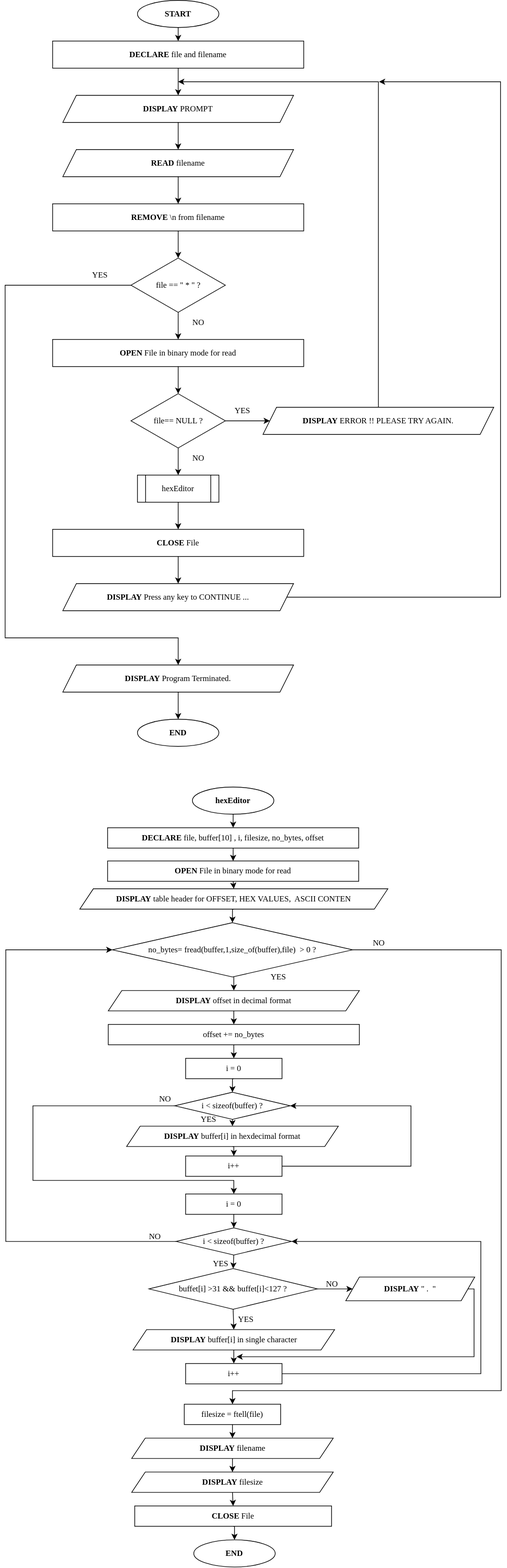
ziling17/AP_PROJCT keeps this draw.io diagram as flowchart.svg. Above is the earlier version. Source tidied: cells renumbered, new cells last; positions are measured from the earlier drawing's top-left corner, leaving out a move shared by most shapes.
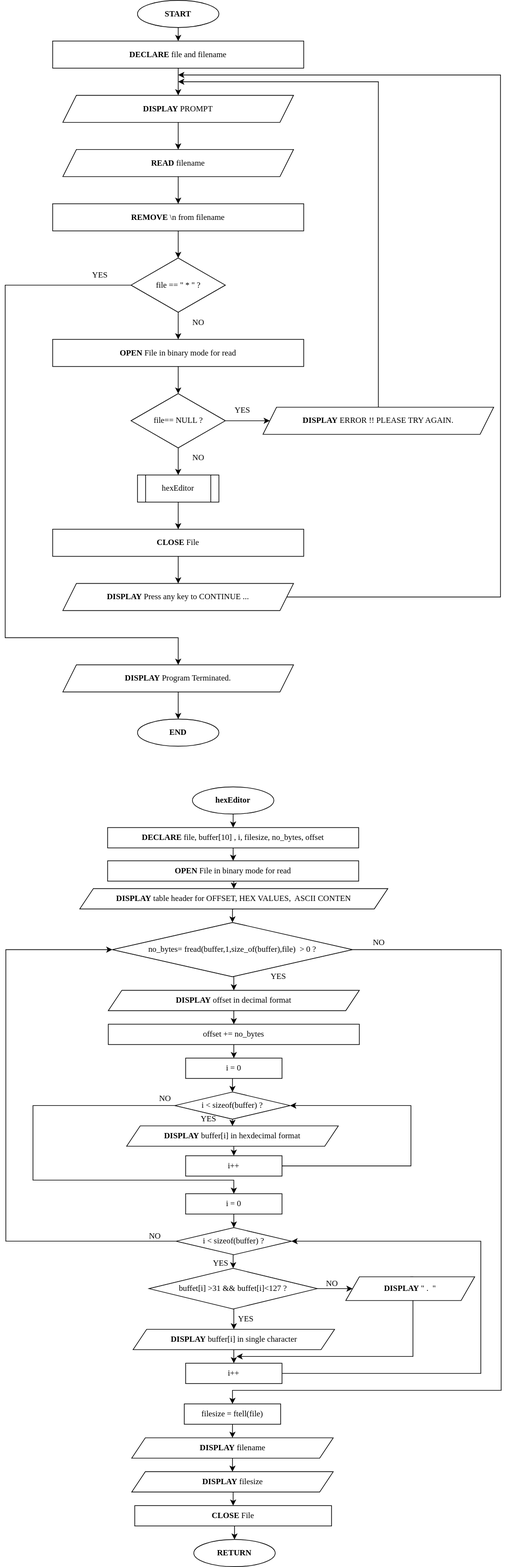
After the change.

Diff of the diagram source:
```diff
@@ -1,4 +1,4 @@
-<mxGraphModel background="#FFFFFF">
+<mxGraphModel>
   <root>
     <mxCell id="0" />
     <mxCell id="1" parent="0" />
@@ -60,10 +60,10 @@
     </mxCell>
     <mxCell id="19" style="edgeStyle=orthogonalEdgeStyle;rounded=0;jettySize=auto;html=1;exitX=1;exitY=0.5;exitDx=0;exitDy=0;" parent="1" edge="1" source="20">
       <mxGeometry relative="1" as="geometry">
-        <mxPoint x="551" y="120" as="targetPoint" />
+        <mxPoint x="255" y="110" as="targetPoint" />
         <Array as="points">
           <mxPoint x="730" y="880" />
-          <mxPoint x="730" y="120" />
+          <mxPoint x="730" y="110" />
         </Array>
       </mxGeometry>
     </mxCell>
@@ -211,12 +211,12 @@
     <mxCell id="60" value="&lt;b&gt;DISPLAY&lt;/b&gt;&amp;nbsp;buffer[i] in single character" style="shape=parallelogram;perimeter=parallelogramPerimeter;whiteSpace=wrap;html=1;fixedSize=1;fontFamily=Times New Roman;" parent="1" vertex="1">
       <mxGeometry x="188.5" y="1960" width="297" height="30" as="geometry" />
     </mxCell>
-    <mxCell id="61" style="edgeStyle=orthogonalEdgeStyle;rounded=0;jettySize=auto;html=1;exitX=1;exitY=0.5;exitDx=0;exitDy=0;" parent="1" edge="1" source="62">
+    <mxCell id="61" style="edgeStyle=orthogonalEdgeStyle;rounded=0;jettySize=auto;html=1;exitX=0.5;exitY=0;exitDx=0;exitDy=0;" parent="1" edge="1" source="62">
       <mxGeometry relative="1" as="geometry">
         <mxPoint x="341" y="2000" as="targetPoint" />
         <Array as="points">
-          <mxPoint x="691" y="1900" />
-          <mxPoint x="691" y="2000" />
+          <mxPoint x="601" y="1883" />
+          <mxPoint x="601" y="2000" />
         </Array>
       </mxGeometry>
     </mxCell>
@@ -250,7 +250,7 @@
     <mxCell id="71" value="&lt;b&gt;DISPLAY&lt;/b&gt;&amp;nbsp;filename" style="shape=parallelogram;perimeter=parallelogramPerimeter;whiteSpace=wrap;html=1;fixedSize=1;fontFamily=Times New Roman;" parent="1" vertex="1">
       <mxGeometry x="186.5" y="2120" width="297" height="30" as="geometry" />
     </mxCell>
-    <mxCell id="72" value="&lt;font face=&quot;Times New Roman&quot;&gt;&lt;b&gt;END&lt;/b&gt;&lt;/font&gt;" style="ellipse;whiteSpace=wrap;html=1;" parent="1" vertex="1">
+    <mxCell id="72" value="&lt;font face=&quot;Times New Roman&quot;&gt;&lt;b&gt;RETURN&lt;/b&gt;&lt;/font&gt;" style="ellipse;whiteSpace=wrap;html=1;" parent="1" vertex="1">
       <mxGeometry x="278" y="2270" width="120" height="40" as="geometry" />
     </mxCell>
     <mxCell id="73" style="edgeStyle=orthogonalEdgeStyle;rounded=0;jettySize=auto;html=1;exitX=1;exitY=0.5;exitDx=0;exitDy=0;entryX=1;entryY=0.5;entryDx=0;entryDy=0;" parent="1" edge="1" source="74" target="47">
```
